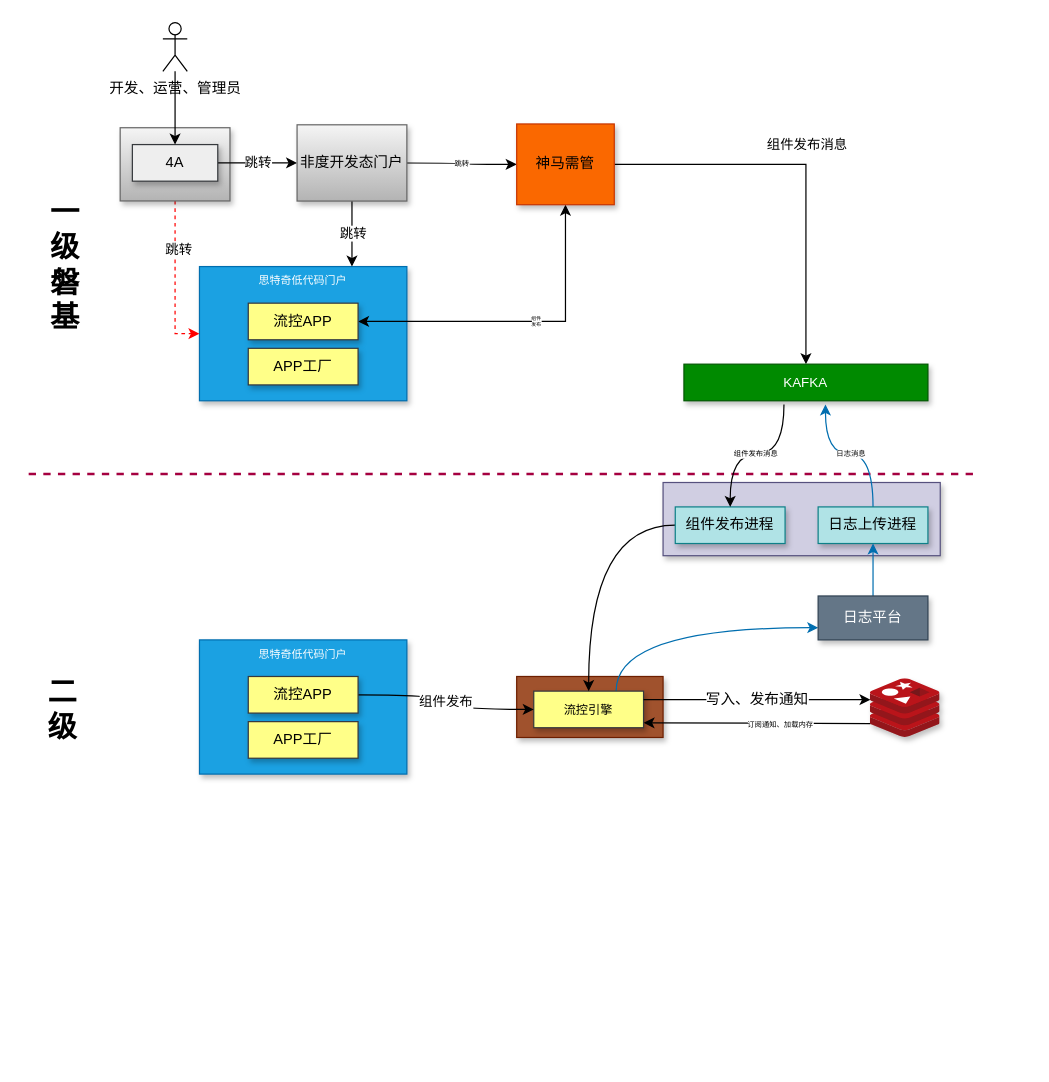
Above: page "集成架构" (5 of 7) of 流控.drawio in qymmdj/draw-io (draw.io), before the change. Source tidied: cells renumbered, new cells numbered last; positions are measured from the earlier drawing's top-left corner, leaving out a move shared by most shapes. Both pictures are drawn from the tidied source at 122%, with x=0, y=0 at pixel (26, 22).
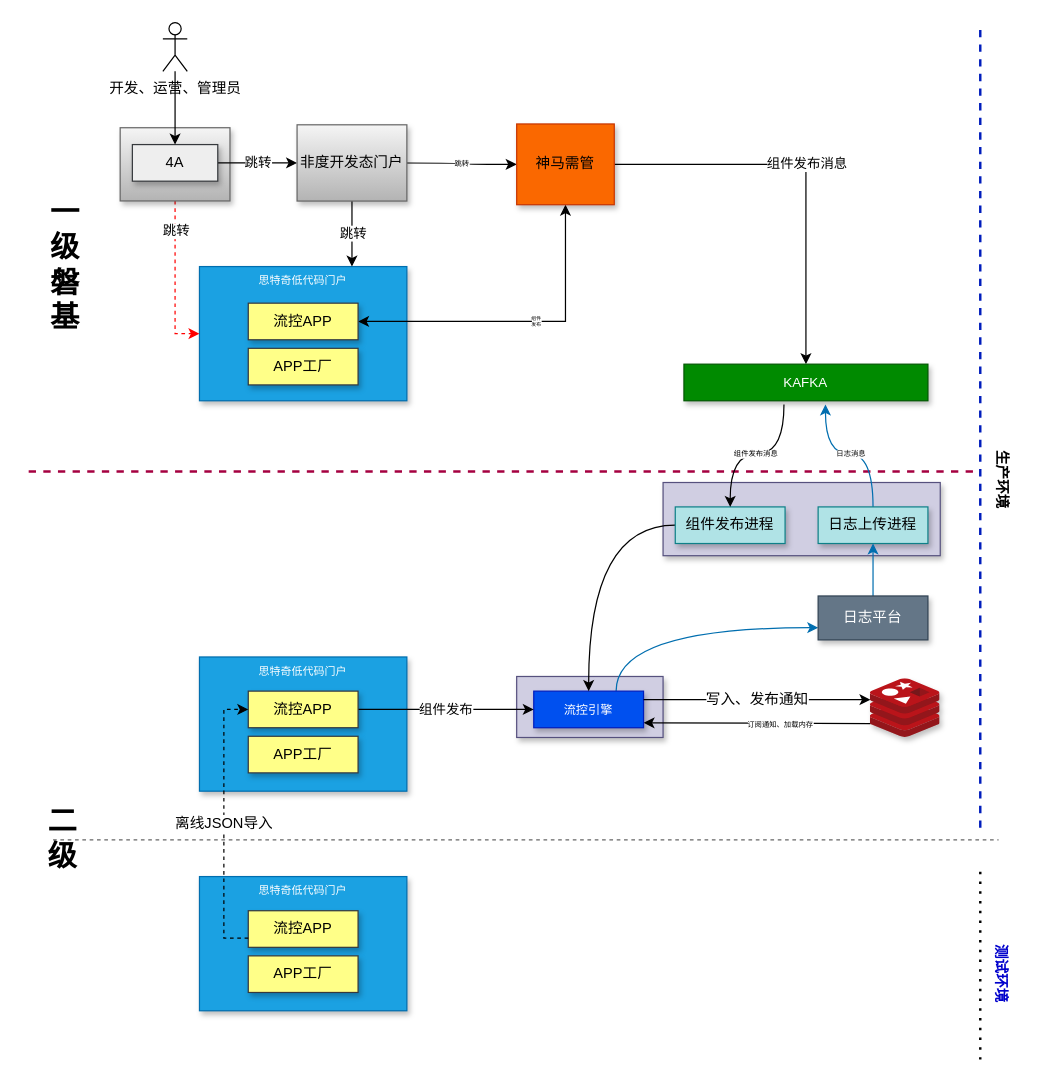
After the change.

The change refers to these unchanged cells:
```xml
<mxCell id="14" style="edgeStyle=orthogonalEdgeStyle;rounded=0;jettySize=auto;html=1;entryX=0;entryY=0.5;entryDx=0;entryDy=0;dashed=1;strokeColor=#FF0000;" parent="1" edge="1" source="16" target="11">
  <mxGeometry relative="1" as="geometry" />
</mxCell>
<mxCell id="24" style="edgeStyle=orthogonalEdgeStyle;rounded=0;jettySize=auto;html=1;fontSize=11;fontColor=#000000;strokeColor=#000000;entryX=0.5;entryY=0;entryDx=0;entryDy=0;" parent="1" edge="1" source="26" target="28">
  <mxGeometry relative="1" as="geometry" />
</mxCell>
```

Diff of the diagram source:
```diff
@@
+    <mxCell id="43" value="思特奇低代码门户" style="rounded=0;whiteSpace=wrap;html=1;fillColor=#1ba1e2;strokeColor=#006EAF;shadow=1;verticalAlign=top;fontColor=#ffffff;fontSize=9;align=center;" parent="1" vertex="1">
+      <mxGeometry x="142" y="700" width="170" height="110" as="geometry" />
+    </mxCell>
+    <mxCell id="44" value="流控APP" style="rounded=0;whiteSpace=wrap;html=1;shadow=1;fillColor=#ffff88;strokeColor=#36393d;fontSize=12;" parent="1" vertex="1">
+      <mxGeometry x="182" y="728" width="90" height="30" as="geometry" />
+    </mxCell>
+    <mxCell id="45" value="APP工厂" style="rounded=0;whiteSpace=wrap;html=1;shadow=1;fillColor=#ffff88;strokeColor=#36393d;fontSize=12;" parent="1" vertex="1">
+      <mxGeometry x="182" y="765" width="90" height="30" as="geometry" />
+    </mxCell>
-    <mxCell id="2" style="rounded=0;whiteSpace=wrap;html=1;fillColor=#a0522d;strokeColor=#6D1F00;shadow=1;verticalAlign=middle;fontColor=#ffffff;fontSize=9;align=center;" parent="1" vertex="1">
+    <mxCell id="2" style="rounded=0;whiteSpace=wrap;html=1;fillColor=#d0cee2;strokeColor=#56517e;shadow=1;verticalAlign=middle;fontSize=9;align=center;" parent="1" vertex="1">
       <mxGeometry x="402" y="536" width="120" height="50" as="geometry" />
     </mxCell>
@@
-    <mxCell id="6" value="&lt;font size=&quot;1&quot;&gt;流控引擎&lt;/font&gt;" style="rounded=0;whiteSpace=wrap;html=1;shadow=1;fillColor=#ffff88;strokeColor=#36393d;fontSize=12;fontColor=#000000;" parent="1" vertex="1">
+    <mxCell id="6" value="&lt;font size=&quot;1&quot;&gt;流控引擎&lt;/font&gt;" style="rounded=0;whiteSpace=wrap;html=1;shadow=1;fillColor=#0050ef;strokeColor=#001DBC;fontSize=12;fontColor=#ffffff;" parent="1" vertex="1">
       <mxGeometry x="416" y="548" width="90" height="30" as="geometry" />
     </mxCell>
@@
     <mxCell id="10" style="endArrow=none;html=1;rounded=0;fontSize=11;fontColor=#000000;strokeColor=#A50040;fillColor=#d80073;dashed=1;strokeWidth=2;" parent="1" edge="1">
       <mxGeometry relative="1" as="geometry">
-        <mxPoint x="2" y="370" as="sourcePoint" />
-        <mxPoint x="777" y="370" as="targetPoint" />
+        <mxPoint x="2" y="368" as="sourcePoint" />
+        <mxPoint x="777" y="368" as="targetPoint" />
       </mxGeometry>
     </mxCell>
@@
     <mxCell id="15" value="跳转" style="edgeLabel;html=1;align=center;verticalAlign=middle;" parent="14" vertex="1">
-      <mxGeometry x="-0.39" y="2" relative="1" as="geometry" />
+      <mxGeometry x="-0.39" y="2" relative="1" as="geometry">
+        <mxPoint x="-2" y="-15" as="offset" />
+      </mxGeometry>
     </mxCell>
@@
-    <mxCell id="25" value="组件发布消息" style="edgeLabel;html=1;align=center;verticalAlign=middle;fontSize=11;fontColor=#000000;" parent="24" vertex="1">
+    <mxCell id="25" value="组件发布消息" style="edgeLabel;html=1;align=center;verticalAlign=middle;fontSize=11;fontColor=#000000;rotation=0;" parent="24" vertex="1">
       <mxGeometry x="0.01" y="-2" relative="1" as="geometry">
-        <mxPoint x="2" y="-22" as="offset" />
+        <mxPoint x="2" y="-6" as="offset" />
       </mxGeometry>
     </mxCell>
@@
     <mxCell id="35" value="思特奇低代码门户" style="rounded=0;whiteSpace=wrap;html=1;fillColor=#1ba1e2;strokeColor=#006EAF;shadow=1;verticalAlign=top;fontColor=#ffffff;fontSize=9;align=center;" parent="1" vertex="1">
-      <mxGeometry x="142" y="506" width="170" height="110" as="geometry" />
+      <mxGeometry x="142" y="520" width="170" height="110" as="geometry" />
     </mxCell>
@@
     <mxCell id="37" value="流控APP" style="rounded=0;whiteSpace=wrap;html=1;shadow=1;fillColor=#ffff88;strokeColor=#36393d;fontSize=12;" parent="1" vertex="1">
-      <mxGeometry x="182" y="536" width="90" height="30" as="geometry" />
+      <mxGeometry x="182" y="548" width="90" height="30" as="geometry" />
     </mxCell>
     <mxCell id="38" value="APP工厂" style="rounded=0;whiteSpace=wrap;html=1;shadow=1;fillColor=#ffff88;strokeColor=#36393d;fontSize=12;" parent="1" vertex="1">
-      <mxGeometry x="182" y="573" width="90" height="30" as="geometry" />
+      <mxGeometry x="182" y="585" width="90" height="30" as="geometry" />
     </mxCell>
@@
     <mxCell id="41" value="二&lt;br&gt;级&lt;br&gt;" style="text;html=1;strokeColor=none;fillColor=none;align=center;verticalAlign=middle;whiteSpace=wrap;rounded=0;shadow=1;fontSize=24;fontColor=#000000;horizontal=1;fontStyle=1;" parent="1" vertex="1">
-      <mxGeometry y="548" width="60" height="30" as="geometry" />
+      <mxGeometry y="548" width="60" height="242" as="geometry" />
     </mxCell>
@@
+    <mxCell id="46" style="endArrow=none;html=1;rounded=0;fontSize=12;fillColor=#0050ef;strokeColor=#001DBC;strokeWidth=2;dashed=1;" parent="1" edge="1">
+      <mxGeometry relative="1" as="geometry">
+        <mxPoint x="782" y="660" as="sourcePoint" />
+        <mxPoint x="782" as="targetPoint" />
+      </mxGeometry>
+    </mxCell>
+    <mxCell id="47" value="生产环境" style="text;html=1;strokeColor=none;fillColor=none;align=center;verticalAlign=middle;whiteSpace=wrap;rounded=0;shadow=1;fontSize=12;rotation=90;fontStyle=1;" parent="1" vertex="1">
+      <mxGeometry x="642" y="360" width="315.2" height="30.6" as="geometry" />
+    </mxCell>
+    <mxCell id="48" value="离线JSON导入" style="edgeStyle=orthogonalEdgeStyle;rounded=0;jettySize=auto;html=1;entryX=0;entryY=0.5;entryDx=0;entryDy=0;fontSize=12;startArrow=none;startFill=0;strokeWidth=1;exitX=0;exitY=0.75;exitDx=0;exitDy=0;dashed=1;" parent="1" edge="1" source="44" target="37">
+      <mxGeometry relative="1" as="geometry" />
+    </mxCell>
+    <mxCell id="49" style="endArrow=none;dashed=1;html=1;dashPattern=1 3;strokeWidth=2;rounded=0;fontSize=12;" parent="1" edge="1">
+      <mxGeometry relative="1" as="geometry">
+        <mxPoint x="782" y="850" as="sourcePoint" />
+        <mxPoint x="782" y="690" as="targetPoint" />
+      </mxGeometry>
+    </mxCell>
+    <mxCell id="50" value="测试环境" style="text;html=1;strokeColor=none;fillColor=none;align=center;verticalAlign=middle;whiteSpace=wrap;rounded=0;shadow=1;fontSize=12;rotation=90;fontStyle=1;fontColor=#0000CC;" parent="1" vertex="1">
+      <mxGeometry x="740.8" y="764.4" width="117.6" height="30.6" as="geometry" />
+    </mxCell>
+    <mxCell id="51" style="endArrow=none;html=1;rounded=0;fontSize=11;fontColor=#000000;strokeColor=#666666;fillColor=#d80073;dashed=1;strokeWidth=1;" parent="1" edge="1">
+      <mxGeometry relative="1" as="geometry">
+        <mxPoint x="22" y="670" as="sourcePoint" />
+        <mxPoint x="797" y="670" as="targetPoint" />
+      </mxGeometry>
+    </mxCell>
```
